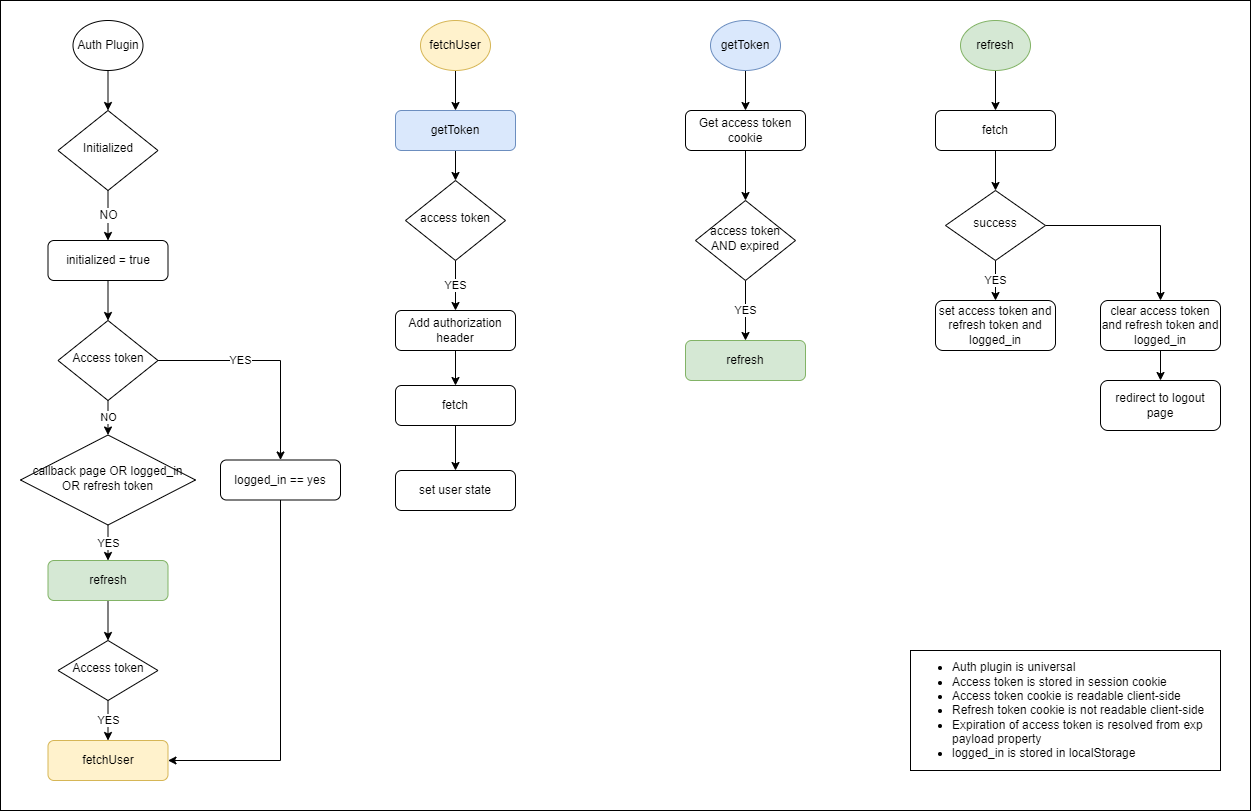
Before: design/2-2-5.png, a diagram exported from draw.io (becem-gharbi/nuxt-directus). Source tidied: cells renumbered, new cells last; positions are measured from the earlier drawing's top-left corner, leaving out a move shared by most shapes. Source of this version:
```xml
<mxGraphModel>
  <root>
    <mxCell id="0" />
    <mxCell id="1" parent="0" />
    <mxCell id="2" style="rounded=0;whiteSpace=wrap;html=1;fontSize=12;glass=0;fillColor=none;" parent="1" vertex="1">
      <mxGeometry width="1250" height="810" as="geometry" />
    </mxCell>
    <mxCell id="3" value="NO" style="edgeStyle=orthogonalEdgeStyle;rounded=0;jettySize=auto;html=1;entryX=0.5;entryY=0;entryDx=0;entryDy=0;fontSize=12;" parent="1" edge="1" source="4" target="38">
      <mxGeometry relative="1" as="geometry" />
    </mxCell>
    <mxCell id="4" value="Initialized" style="rhombus;whiteSpace=wrap;html=1;shadow=0;fontFamily=Helvetica;fontSize=12;align=center;strokeWidth=1;spacing=6;spacingTop=-4;" parent="1" vertex="1">
      <mxGeometry x="57.5" y="110" width="100" height="80" as="geometry" />
    </mxCell>
    <mxCell id="5" style="edgeStyle=orthogonalEdgeStyle;rounded=0;jettySize=auto;html=1;" parent="1" edge="1" source="6" target="4">
      <mxGeometry relative="1" as="geometry" />
    </mxCell>
    <mxCell id="6" value="Auth Plugin" style="ellipse;whiteSpace=wrap;html=1;" parent="1" vertex="1">
      <mxGeometry x="72.5" y="20" width="70" height="50" as="geometry" />
    </mxCell>
    <mxCell id="7" style="edgeStyle=orthogonalEdgeStyle;rounded=0;jettySize=auto;html=1;entryX=0.5;entryY=0;entryDx=0;entryDy=0;" parent="1" edge="1" source="8" target="10">
      <mxGeometry relative="1" as="geometry" />
    </mxCell>
    <mxCell id="8" value="fetchUser" style="ellipse;whiteSpace=wrap;html=1;fillColor=#fff2cc;strokeColor=#d6b656;" parent="1" vertex="1">
      <mxGeometry x="420" y="20" width="70" height="50" as="geometry" />
    </mxCell>
    <mxCell id="9" style="edgeStyle=orthogonalEdgeStyle;rounded=0;jettySize=auto;html=1;entryX=0.5;entryY=0;entryDx=0;entryDy=0;" parent="1" edge="1" source="10" target="12">
      <mxGeometry relative="1" as="geometry" />
    </mxCell>
    <mxCell id="10" value="getToken" style="rounded=1;whiteSpace=wrap;html=1;fontSize=12;glass=0;strokeWidth=1;shadow=0;fillColor=#dae8fc;strokeColor=#6c8ebf;" parent="1" vertex="1">
      <mxGeometry x="395" y="110" width="120" height="40" as="geometry" />
    </mxCell>
    <mxCell id="11" value="YES" style="edgeStyle=orthogonalEdgeStyle;rounded=0;jettySize=auto;html=1;entryX=0.5;entryY=0;entryDx=0;entryDy=0;" parent="1" edge="1" source="12" target="14">
      <mxGeometry relative="1" as="geometry" />
    </mxCell>
    <mxCell id="12" value="access token" style="rhombus;whiteSpace=wrap;html=1;shadow=0;fontFamily=Helvetica;fontSize=12;align=center;strokeWidth=1;spacing=6;spacingTop=-4;" parent="1" vertex="1">
      <mxGeometry x="405" y="180" width="100" height="80" as="geometry" />
    </mxCell>
    <mxCell id="13" style="edgeStyle=orthogonalEdgeStyle;rounded=0;jettySize=auto;html=1;entryX=0.5;entryY=0;entryDx=0;entryDy=0;" parent="1" edge="1" source="14" target="16">
      <mxGeometry relative="1" as="geometry" />
    </mxCell>
    <mxCell id="14" value="Add authorization header" style="rounded=1;whiteSpace=wrap;html=1;fontSize=12;glass=0;strokeWidth=1;shadow=0;" parent="1" vertex="1">
      <mxGeometry x="395" y="310" width="120" height="40" as="geometry" />
    </mxCell>
    <mxCell id="15" style="edgeStyle=orthogonalEdgeStyle;rounded=0;jettySize=auto;html=1;fontSize=12;" parent="1" edge="1" source="16" target="36">
      <mxGeometry relative="1" as="geometry" />
    </mxCell>
    <mxCell id="16" value="fetch" style="rounded=1;whiteSpace=wrap;html=1;fontSize=12;glass=0;strokeWidth=1;shadow=0;" parent="1" vertex="1">
      <mxGeometry x="395" y="385" width="120" height="40" as="geometry" />
    </mxCell>
    <mxCell id="17" style="edgeStyle=orthogonalEdgeStyle;rounded=0;jettySize=auto;html=1;entryX=0.5;entryY=0;entryDx=0;entryDy=0;" parent="1" edge="1" source="18" target="20">
      <mxGeometry relative="1" as="geometry" />
    </mxCell>
    <mxCell id="18" value="getToken" style="ellipse;whiteSpace=wrap;html=1;fillColor=#dae8fc;strokeColor=#6c8ebf;" parent="1" vertex="1">
      <mxGeometry x="710" y="20" width="70" height="50" as="geometry" />
    </mxCell>
    <mxCell id="19" style="edgeStyle=orthogonalEdgeStyle;rounded=0;jettySize=auto;html=1;entryX=0.5;entryY=0;entryDx=0;entryDy=0;" parent="1" edge="1" source="20" target="22">
      <mxGeometry relative="1" as="geometry" />
    </mxCell>
    <mxCell id="20" value="Get access token cookie" style="rounded=1;whiteSpace=wrap;html=1;fontSize=12;glass=0;strokeWidth=1;shadow=0;" parent="1" vertex="1">
      <mxGeometry x="685" y="110" width="120" height="40" as="geometry" />
    </mxCell>
    <mxCell id="21" value="YES" style="edgeStyle=orthogonalEdgeStyle;rounded=0;jettySize=auto;html=1;entryX=0.5;entryY=0;entryDx=0;entryDy=0;" parent="1" edge="1" source="22" target="23">
      <mxGeometry relative="1" as="geometry" />
    </mxCell>
    <mxCell id="22" value="access token AND expired" style="rhombus;whiteSpace=wrap;html=1;shadow=0;fontFamily=Helvetica;fontSize=12;align=center;strokeWidth=1;spacing=6;spacingTop=-4;" parent="1" vertex="1">
      <mxGeometry x="695" y="200" width="100" height="80" as="geometry" />
    </mxCell>
    <mxCell id="23" value="refresh" style="rounded=1;whiteSpace=wrap;html=1;fontSize=12;glass=0;strokeWidth=1;shadow=0;fillColor=#d5e8d4;strokeColor=#82b366;" parent="1" vertex="1">
      <mxGeometry x="685" y="340" width="120" height="40" as="geometry" />
    </mxCell>
    <mxCell id="24" style="edgeStyle=orthogonalEdgeStyle;rounded=0;jettySize=auto;html=1;entryX=0.5;entryY=0;entryDx=0;entryDy=0;" parent="1" edge="1" source="25" target="27">
      <mxGeometry relative="1" as="geometry" />
    </mxCell>
    <mxCell id="25" value="refresh" style="ellipse;whiteSpace=wrap;html=1;fillColor=#d5e8d4;strokeColor=#82b366;" parent="1" vertex="1">
      <mxGeometry x="960" y="20" width="70" height="50" as="geometry" />
    </mxCell>
    <mxCell id="26" style="edgeStyle=orthogonalEdgeStyle;rounded=0;jettySize=auto;html=1;entryX=0.5;entryY=0;entryDx=0;entryDy=0;" parent="1" edge="1" source="27" target="30">
      <mxGeometry relative="1" as="geometry" />
    </mxCell>
    <mxCell id="27" value="fetch" style="rounded=1;whiteSpace=wrap;html=1;fontSize=12;glass=0;strokeWidth=1;shadow=0;" parent="1" vertex="1">
      <mxGeometry x="935" y="110" width="120" height="40" as="geometry" />
    </mxCell>
    <mxCell id="28" value="YES" style="edgeStyle=orthogonalEdgeStyle;rounded=0;jettySize=auto;html=1;" parent="1" edge="1" source="30" target="31">
      <mxGeometry relative="1" as="geometry" />
    </mxCell>
    <mxCell id="29" style="edgeStyle=orthogonalEdgeStyle;rounded=0;jettySize=auto;html=1;entryX=0.5;entryY=0;entryDx=0;entryDy=0;" parent="1" edge="1" source="30" target="33">
      <mxGeometry relative="1" as="geometry" />
    </mxCell>
    <mxCell id="30" value="success" style="rhombus;whiteSpace=wrap;html=1;shadow=0;fontFamily=Helvetica;fontSize=12;align=center;strokeWidth=1;spacing=6;spacingTop=-4;" parent="1" vertex="1">
      <mxGeometry x="945" y="190" width="100" height="70" as="geometry" />
    </mxCell>
    <mxCell id="31" value="set access token and refresh token and logged_in" style="rounded=1;whiteSpace=wrap;html=1;fontSize=12;glass=0;strokeWidth=1;shadow=0;" parent="1" vertex="1">
      <mxGeometry x="935" y="300" width="120" height="50" as="geometry" />
    </mxCell>
    <mxCell id="32" style="edgeStyle=orthogonalEdgeStyle;rounded=0;jettySize=auto;html=1;" parent="1" edge="1" source="33" target="34">
      <mxGeometry relative="1" as="geometry" />
    </mxCell>
    <mxCell id="33" value="clear access token and refresh token and logged_in" style="rounded=1;whiteSpace=wrap;html=1;fontSize=12;glass=0;strokeWidth=1;shadow=0;" parent="1" vertex="1">
      <mxGeometry x="1100" y="300" width="120" height="50" as="geometry" />
    </mxCell>
    <mxCell id="34" value="redirect to logout page" style="rounded=1;whiteSpace=wrap;html=1;fontSize=12;glass=0;strokeWidth=1;shadow=0;" parent="1" vertex="1">
      <mxGeometry x="1100" y="380" width="120" height="50" as="geometry" />
    </mxCell>
    <mxCell id="35" value="&lt;font style=&quot;font-size: 12px;&quot;&gt;&lt;ul&gt;&lt;li&gt;&lt;font style=&quot;font-size: 12px;&quot;&gt;Auth plugin is universal&lt;/font&gt;&lt;/li&gt;&lt;li&gt;&lt;font style=&quot;font-size: 12px;&quot;&gt;Access token is stored in session cookie&lt;/font&gt;&lt;/li&gt;&lt;li&gt;&lt;font style=&quot;font-size: 12px;&quot;&gt;Access token cookie is readable client-side&amp;nbsp;&lt;/font&gt;&lt;/li&gt;&lt;li&gt;Refresh token cookie is not readable client-side&lt;/li&gt;&lt;li&gt;&lt;font style=&quot;font-size: 12px;&quot;&gt;Expiration of access token is resolved from exp payload property&lt;/font&gt;&lt;/li&gt;&lt;li&gt;logged_in is stored in localStorage&lt;/li&gt;&lt;/ul&gt;&lt;/font&gt;" style="rounded=0;whiteSpace=wrap;html=1;align=left;" parent="1" vertex="1">
      <mxGeometry x="910" y="650" width="310" height="120" as="geometry" />
    </mxCell>
    <mxCell id="36" value="set user state" style="rounded=1;whiteSpace=wrap;html=1;fontSize=12;glass=0;strokeWidth=1;shadow=0;" parent="1" vertex="1">
      <mxGeometry x="395" y="470" width="120" height="40" as="geometry" />
    </mxCell>
    <mxCell id="37" style="edgeStyle=orthogonalEdgeStyle;rounded=0;jettySize=auto;html=1;" parent="1" edge="1" source="38" target="41">
      <mxGeometry relative="1" as="geometry" />
    </mxCell>
    <mxCell id="38" value="initialized = true" style="rounded=1;whiteSpace=wrap;html=1;fontSize=12;glass=0;strokeWidth=1;shadow=0;" parent="1" vertex="1">
      <mxGeometry x="47.5" y="240" width="120" height="40" as="geometry" />
    </mxCell>
    <mxCell id="39" value="NO" style="edgeStyle=orthogonalEdgeStyle;rounded=0;jettySize=auto;html=1;entryX=0.5;entryY=0;entryDx=0;entryDy=0;" parent="1" edge="1" source="41" target="43">
      <mxGeometry relative="1" as="geometry" />
    </mxCell>
    <mxCell id="40" value="YES" style="edgeStyle=orthogonalEdgeStyle;rounded=0;jettySize=auto;html=1;entryX=0.5;entryY=0;entryDx=0;entryDy=0;" parent="1" edge="1" source="41" target="48">
      <mxGeometry x="-0.26" relative="1" as="geometry" />
    </mxCell>
    <mxCell id="41" value="Access token" style="rhombus;whiteSpace=wrap;html=1;shadow=0;fontFamily=Helvetica;fontSize=12;align=center;strokeWidth=1;spacing=6;spacingTop=-4;" parent="1" vertex="1">
      <mxGeometry x="57.5" y="320" width="100" height="80" as="geometry" />
    </mxCell>
    <mxCell id="42" value="YES" style="edgeStyle=orthogonalEdgeStyle;rounded=0;jettySize=auto;html=1;entryX=0.5;entryY=0;entryDx=0;entryDy=0;" parent="1" edge="1" source="43" target="45">
      <mxGeometry relative="1" as="geometry" />
    </mxCell>
    <mxCell id="43" value="callback page OR logged_in OR refresh token" style="rhombus;whiteSpace=wrap;html=1;shadow=0;fontFamily=Helvetica;fontSize=12;align=center;strokeWidth=1;spacing=6;spacingTop=-4;" parent="1" vertex="1">
      <mxGeometry x="20" y="434.5" width="175" height="90" as="geometry" />
    </mxCell>
    <mxCell id="44" style="edgeStyle=orthogonalEdgeStyle;rounded=0;jettySize=auto;html=1;entryX=0.5;entryY=0;entryDx=0;entryDy=0;" parent="1" edge="1" source="45" target="50">
      <mxGeometry relative="1" as="geometry" />
    </mxCell>
    <mxCell id="45" value="refresh" style="rounded=1;whiteSpace=wrap;html=1;fontSize=12;glass=0;strokeWidth=1;shadow=0;fillColor=#d5e8d4;strokeColor=#82b366;" parent="1" vertex="1">
      <mxGeometry x="47.5" y="560" width="120" height="40" as="geometry" />
    </mxCell>
    <mxCell id="46" value="fetchUser" style="rounded=1;whiteSpace=wrap;html=1;fontSize=12;glass=0;strokeWidth=1;shadow=0;fillColor=#fff2cc;strokeColor=#d6b656;" parent="1" vertex="1">
      <mxGeometry x="47.5" y="740" width="120" height="40" as="geometry" />
    </mxCell>
    <mxCell id="47" style="edgeStyle=orthogonalEdgeStyle;rounded=0;jettySize=auto;html=1;entryX=1;entryY=0.5;entryDx=0;entryDy=0;" parent="1" edge="1" source="48" target="46">
      <mxGeometry relative="1" as="geometry">
        <Array as="points">
          <mxPoint x="280" y="760" />
        </Array>
      </mxGeometry>
    </mxCell>
    <mxCell id="48" value="logged_in == yes" style="rounded=1;whiteSpace=wrap;html=1;fontSize=12;glass=0;strokeWidth=1;shadow=0;" parent="1" vertex="1">
      <mxGeometry x="220" y="459.5" width="120" height="40" as="geometry" />
    </mxCell>
    <mxCell id="49" value="YES" style="edgeStyle=orthogonalEdgeStyle;rounded=0;jettySize=auto;html=1;entryX=0.5;entryY=0;entryDx=0;entryDy=0;" parent="1" edge="1" source="50" target="46">
      <mxGeometry relative="1" as="geometry" />
    </mxCell>
    <mxCell id="50" value="Access token" style="rhombus;whiteSpace=wrap;html=1;shadow=0;fontFamily=Helvetica;fontSize=12;align=center;strokeWidth=1;spacing=6;spacingTop=-4;" parent="1" vertex="1">
      <mxGeometry x="57.5" y="640" width="100" height="60" as="geometry" />
    </mxCell>
  </root>
</mxGraphModel>
```
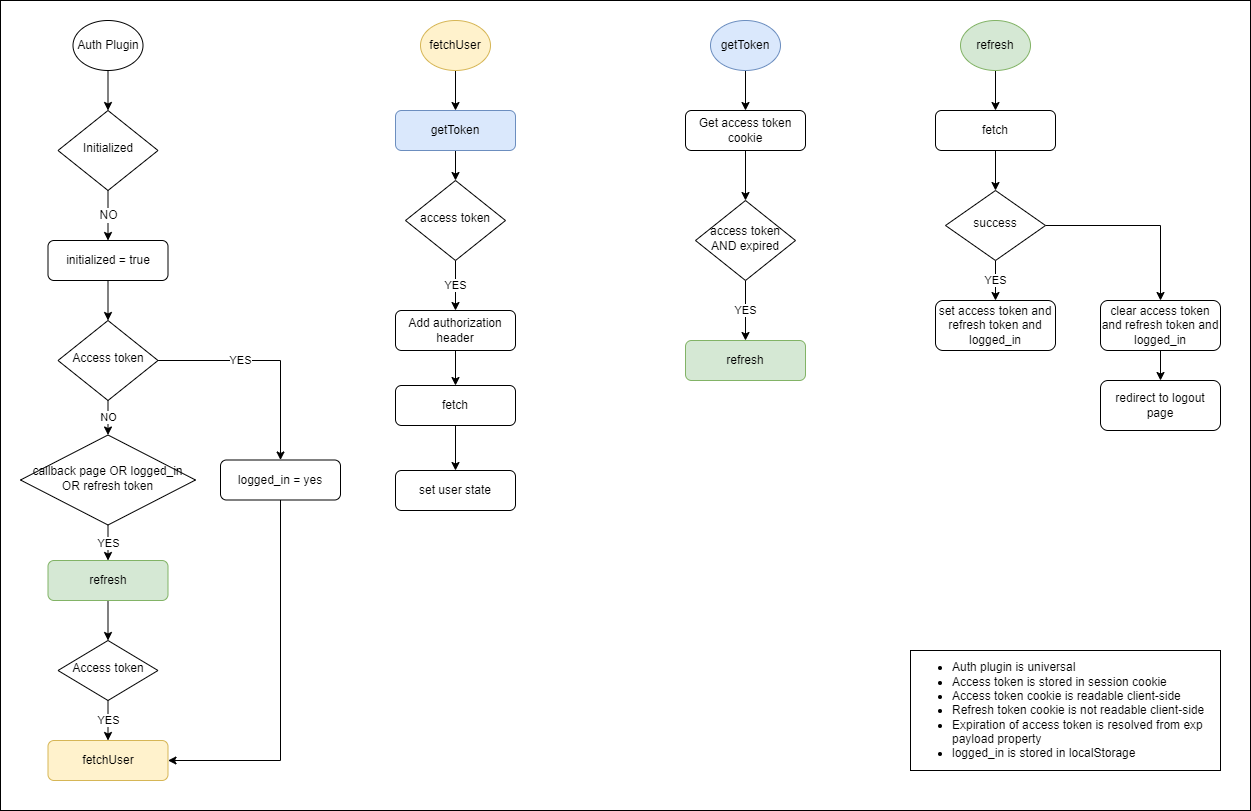
The same file after the commit.

Diff of the diagram source:
```diff
@@ -144,7 +144,7 @@
         </Array>
       </mxGeometry>
     </mxCell>
-    <mxCell id="48" value="logged_in == yes" style="rounded=1;whiteSpace=wrap;html=1;fontSize=12;glass=0;strokeWidth=1;shadow=0;" parent="1" vertex="1">
+    <mxCell id="48" value="logged_in = yes" style="rounded=1;whiteSpace=wrap;html=1;fontSize=12;glass=0;strokeWidth=1;shadow=0;" parent="1" vertex="1">
       <mxGeometry x="220" y="459.5" width="120" height="40" as="geometry" />
     </mxCell>
     <mxCell id="49" value="YES" style="edgeStyle=orthogonalEdgeStyle;rounded=0;jettySize=auto;html=1;entryX=0.5;entryY=0;entryDx=0;entryDy=0;" parent="1" edge="1" source="50" target="46">
```
